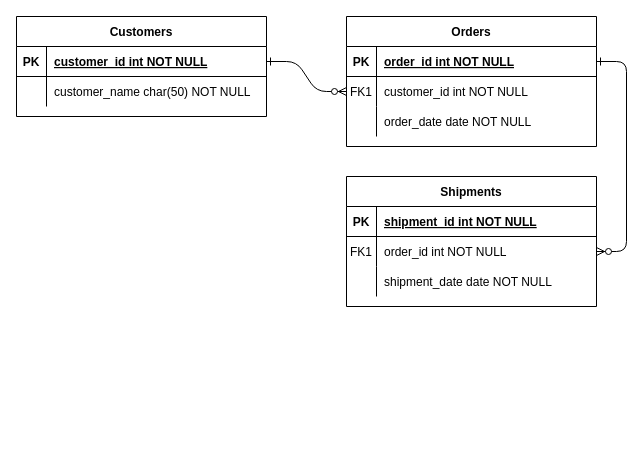
Before: docs/test.drawio in Uber-Summer-Practice-Sofia-2022/uber-summer-practice-docs-faq, a draw.io diagram. Source tidied: cells renumbered, new cells numbered last; positions are measured from the earlier drawing's top-left corner, leaving out a move shared by most shapes. Both pictures are drawn from the tidied source at 100%, with x=0, y=0 at pixel (16, 16).
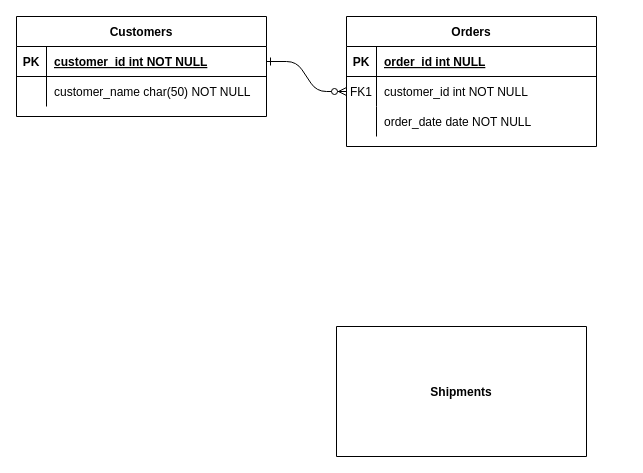
Above is the later version.

The change refers to these unchanged cells:
```xml
<mxCell id="5" style="shape=partialRectangle;fillColor=none;points=[[0,0.5],[1,0.5]];portConstraint=eastwest;top=0;left=0;right=0;bottom=1;" parent="4" vertex="1">
  <mxGeometry y="30" width="250" height="30" as="geometry" />
</mxCell>
```

Diff of the diagram source:
```diff
@@
-    <mxCell id="3" style="edgeStyle=entityRelationEdgeStyle;endArrow=ERzeroToMany;startArrow=ERone;endFill=1;startFill=0;" parent="1" edge="1" source="5" target="18">
-      <mxGeometry relative="1" as="geometry" />
-    </mxCell>
@@
-    <mxCell id="7" value="order_id int NOT NULL " style="shape=partialRectangle;overflow=hidden;fillColor=none;top=0;left=0;bottom=0;right=0;align=left;spacingLeft=6;fontStyle=5;" parent="5" vertex="1">
+    <mxCell id="7" value="order_id int NULL " style="shape=partialRectangle;overflow=hidden;fillColor=none;top=0;left=0;bottom=0;right=0;align=left;spacingLeft=6;fontStyle=5;" parent="5" vertex="1">
       <mxGeometry x="30" width="220" height="30" as="geometry" />
     </mxCell>
@@
-    <mxCell id="14" value="Shipments" style="shape=table;startSize=30;childLayout=tableLayout;rowLines=0;fontStyle=1;align=center;" parent="1" vertex="1">
-      <mxGeometry x="330" y="160" width="250" height="130" as="geometry" />
+    <mxCell id="14" value="Shipments" style="shape=table;startSize=130;childLayout=tableLayout;rowLines=0;fontStyle=1;align=center;" parent="1" vertex="1">
+      <mxGeometry x="320" y="310" width="250" height="130" as="geometry" />
     </mxCell>
-    <mxCell id="15" style="shape=partialRectangle;fillColor=none;top=0;left=0;right=0;bottom=1;" parent="14" vertex="1">
-      <mxGeometry y="30" width="250" height="30" as="geometry" />
-    </mxCell>
-    <mxCell id="16" value="PK" style="shape=partialRectangle;overflow=hidden;fillColor=none;top=0;left=0;bottom=0;right=0;fontStyle=1;" parent="15" vertex="1">
-      <mxGeometry width="30" height="30" as="geometry" />
-    </mxCell>
-    <mxCell id="17" value="shipment_id int NOT NULL " style="shape=partialRectangle;overflow=hidden;fillColor=none;top=0;left=0;bottom=0;right=0;align=left;spacingLeft=6;fontStyle=5;" parent="15" vertex="1">
-      <mxGeometry x="30" width="220" height="30" as="geometry" />
-    </mxCell>
-    <mxCell id="18" style="shape=partialRectangle;fillColor=none;points=[[0,0.5],[1,0.5]];portConstraint=eastwest;top=0;left=0;right=0;bottom=0;" parent="14" vertex="1">
-      <mxGeometry y="60" width="250" height="30" as="geometry" />
-    </mxCell>
-    <mxCell id="19" value="FK1" style="shape=partialRectangle;overflow=hidden;fillColor=none;top=0;left=0;bottom=0;right=0;" parent="18" vertex="1">
-      <mxGeometry width="30" height="30" as="geometry" />
-    </mxCell>
-    <mxCell id="20" value="order_id int NOT NULL" style="shape=partialRectangle;overflow=hidden;fillColor=none;top=0;left=0;bottom=0;right=0;align=left;spacingLeft=6;" parent="18" vertex="1">
-      <mxGeometry x="30" width="220" height="30" as="geometry" />
-    </mxCell>
-    <mxCell id="21" style="shape=partialRectangle;fillColor=none;top=0;left=0;right=0;bottom=0;" parent="14" vertex="1">
-      <mxGeometry y="90" width="250" height="30" as="geometry" />
-    </mxCell>
-    <mxCell id="22" style="shape=partialRectangle;overflow=hidden;fillColor=none;top=0;left=0;bottom=0;right=0;" parent="21" vertex="1">
-      <mxGeometry width="30" height="30" as="geometry" />
-    </mxCell>
-    <mxCell id="23" value="shipment_date date NOT NULL" style="shape=partialRectangle;overflow=hidden;fillColor=none;top=0;left=0;bottom=0;right=0;align=left;spacingLeft=6;" parent="21" vertex="1">
-      <mxGeometry x="30" width="220" height="30" as="geometry" />
-    </mxCell>
```
